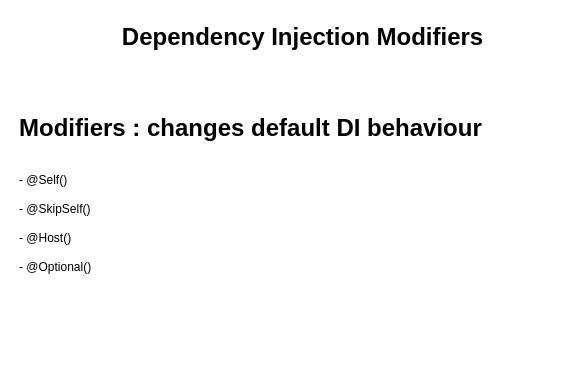
Before: page "Page-8" (8 of 8) of references/ng-diagrams.drawio in synergy2411/ng-oct25, a draw.io diagram. Source tidied: cells renumbered, new cells numbered last; positions are measured from the earlier drawing's top-left corner, leaving out a move shared by most shapes. Both pictures are drawn from the tidied source at 100%, with x=0, y=0 at pixel (17, 17).
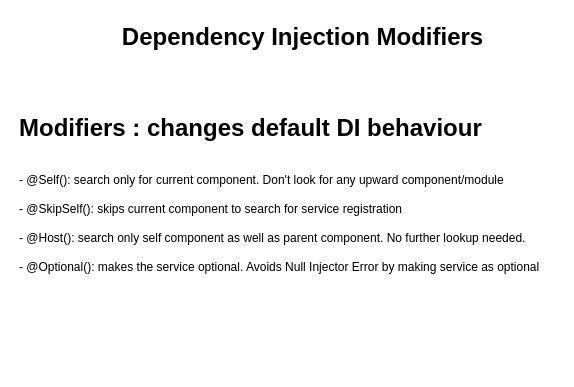
The same diagram, later.

Diff of the diagram source:
```diff
@@
 <mxGraphModel>
   <root>
     <mxCell id="0" />
     <mxCell id="1" parent="0" />
     <mxCell id="2" value="Dependency Injection Modifiers" style="text;strokeColor=none;fillColor=none;html=1;fontSize=24;fontStyle=1;verticalAlign=middle;align=center;" parent="1" vertex="1">
       <mxGeometry x="235" width="100" height="40" as="geometry" />
     </mxCell>
-    <mxCell id="3" value="&lt;h1 style=&quot;margin-top: 0px;&quot;&gt;Modifiers : changes default DI behaviour&lt;/h1&gt;&lt;div&gt;&lt;br&gt;&lt;/div&gt;&lt;div&gt;- @Self()&lt;/div&gt;&lt;div&gt;&lt;br&gt;&lt;/div&gt;&lt;div&gt;- @SkipSelf()&lt;/div&gt;&lt;div&gt;&lt;br&gt;&lt;/div&gt;&lt;div&gt;- @Host()&lt;/div&gt;&lt;div&gt;&lt;br&gt;&lt;/div&gt;&lt;div&gt;- @Optional()&lt;/div&gt;" style="text;html=1;whiteSpace=wrap;overflow=hidden;rounded=0;" parent="1" vertex="1">
+    <mxCell id="3" value="&lt;h1 style=&quot;margin-top: 0px;&quot;&gt;Modifiers : changes default DI behaviour&lt;/h1&gt;&lt;div&gt;&lt;br&gt;&lt;/div&gt;&lt;div&gt;- @Self(): search only for current component. Don't look for any upward component/module&lt;/div&gt;&lt;div&gt;&lt;br&gt;&lt;/div&gt;&lt;div&gt;- @SkipSelf(): skips current component to search for service registration&lt;/div&gt;&lt;div&gt;&lt;br&gt;&lt;/div&gt;&lt;div&gt;- @Host(): search only self component as well as parent component. No further lookup needed.&lt;/div&gt;&lt;div&gt;&lt;br&gt;&lt;/div&gt;&lt;div&gt;- @Optional(): makes the service optional. Avoids Null Injector Error by making service as optional&lt;/div&gt;" style="text;html=1;whiteSpace=wrap;overflow=hidden;rounded=0;" parent="1" vertex="1">
       <mxGeometry y="90" width="540" height="260" as="geometry" />
     </mxCell>
   </root>
 </mxGraphModel>
```
